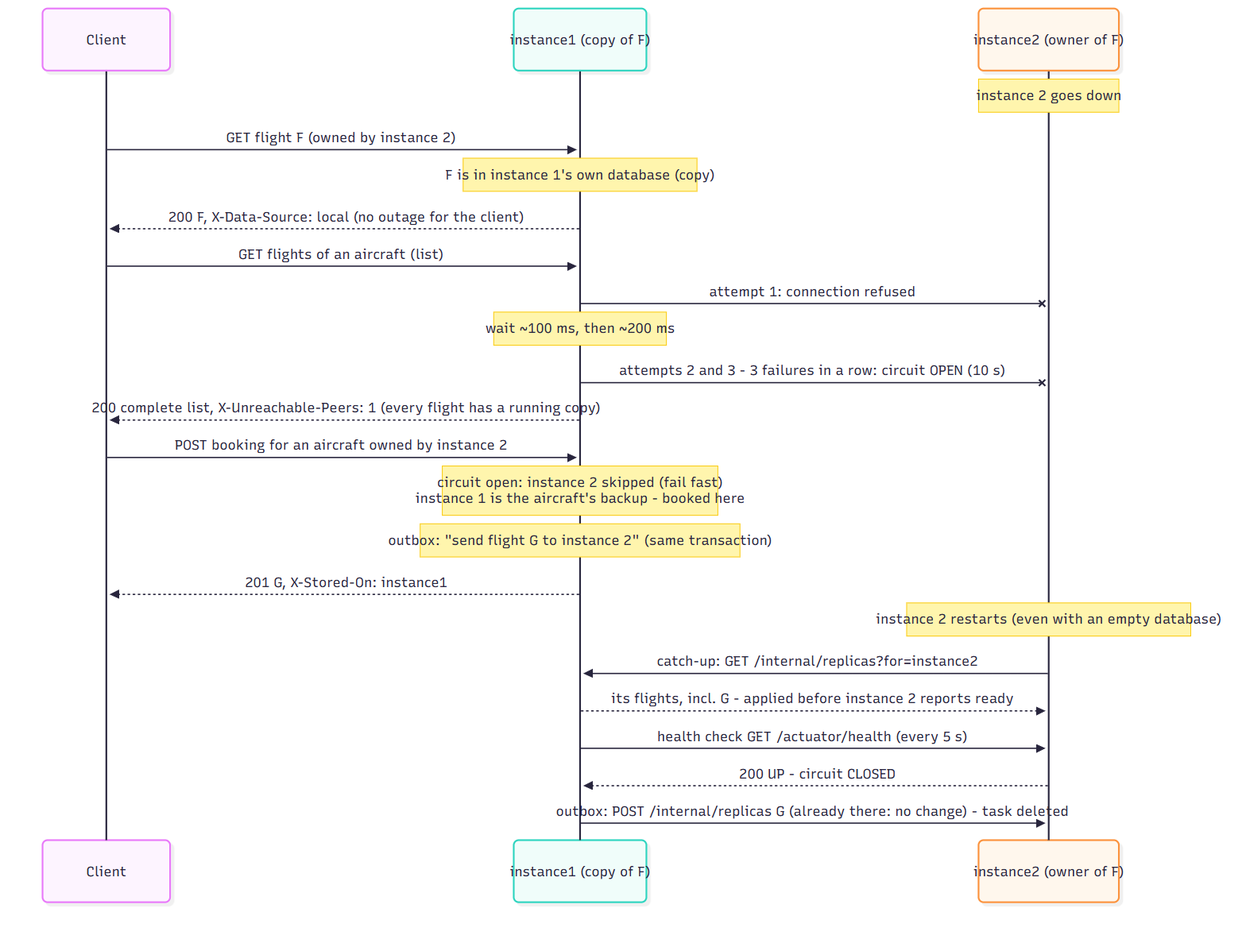
Above: docs/diagrams/4-failure-and-recovery.png in ImJay1527/flight-operations-service (Mermaid), before the change. Its source is kept beside it as docs/diagrams/4-failure-and-recovery.mmd.
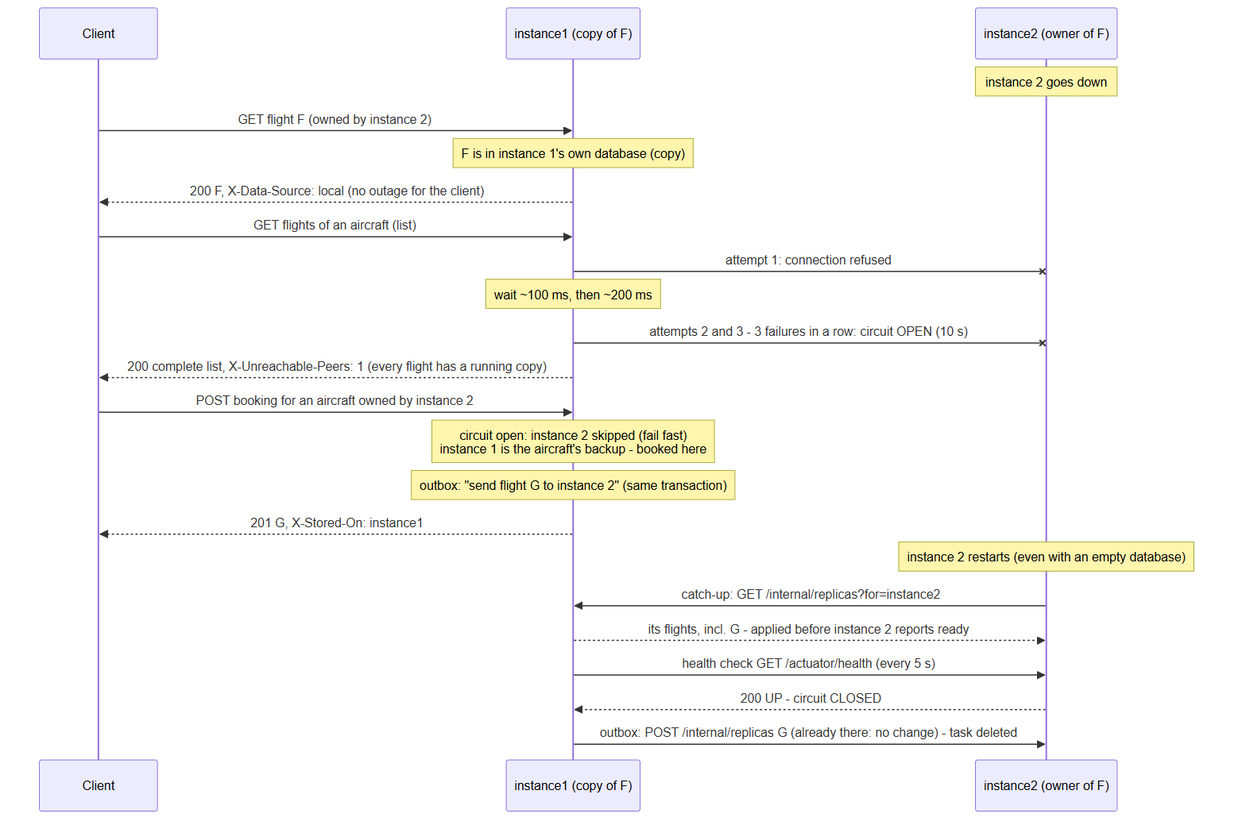
Later version of the same file.

Commit message:
Sequence diagrams: measure and draw with the same font, so the notes' text stays inside their boxes

The edit, as a diff of the source:
```diff
@@ -1,3 +1,11 @@
+---
+config:
+  fontFamily: arial
+  sequence:
+    noteFontFamily: arial
+    messageFontFamily: arial
+    actorFontFamily: arial
+---
 sequenceDiagram
     participant C as Client
     participant I1 as instance1 (copy of F)
```
